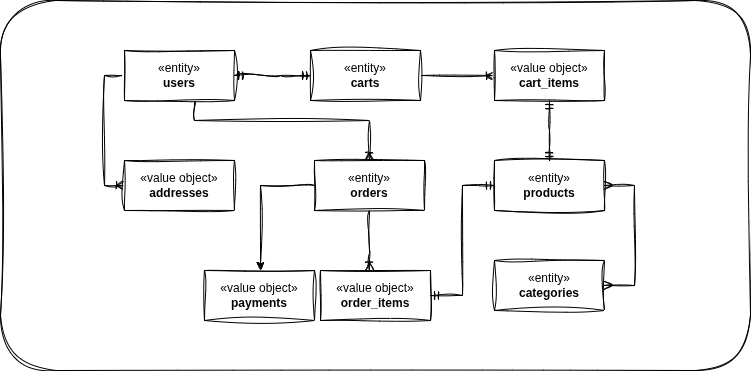
Earlier version of the draw.io export assets/entity-vo-anwser.drawio.png (ltt204/DDD-presnetation). Source tidied: cells renumbered, new cells last; positions are measured from the earlier drawing's top-left corner, leaving out a move shared by most shapes. Source of this version:
```xml
<mxGraphModel>
  <root>
    <mxCell id="0" />
    <mxCell id="1" parent="0" />
    <mxCell id="2" style="rounded=1;whiteSpace=wrap;html=1;sketch=1;curveFitting=1;jiggle=2;" parent="1" vertex="1">
      <mxGeometry width="750" height="370" as="geometry" />
    </mxCell>
    <mxCell id="3" style="edgeStyle=orthogonalEdgeStyle;rounded=0;jettySize=auto;html=1;endArrow=ERoneToMany;endFill=0;sketch=1;curveFitting=1;jiggle=2;" parent="1" edge="1" source="5" target="6">
      <mxGeometry relative="1" as="geometry">
        <Array as="points">
          <mxPoint x="104" y="75" />
          <mxPoint x="104" y="185" />
        </Array>
      </mxGeometry>
    </mxCell>
    <mxCell id="4" style="edgeStyle=orthogonalEdgeStyle;rounded=0;jettySize=auto;html=1;endArrow=ERoneToMany;endFill=0;sketch=1;curveFitting=1;jiggle=2;" parent="1" edge="1" source="5" target="9">
      <mxGeometry relative="1" as="geometry">
        <Array as="points">
          <mxPoint x="194" y="120" />
          <mxPoint x="369" y="120" />
        </Array>
      </mxGeometry>
    </mxCell>
    <mxCell id="5" value="«entity»&lt;br&gt;&lt;b&gt;users&lt;/b&gt;" style="html=1;whiteSpace=wrap;sketch=1;curveFitting=1;jiggle=2;" parent="1" vertex="1">
      <mxGeometry x="124" y="50" width="110" height="50" as="geometry" />
    </mxCell>
    <mxCell id="6" value="«value object»&lt;br&gt;&lt;b&gt;addresses&lt;/b&gt;" style="html=1;whiteSpace=wrap;sketch=1;curveFitting=1;jiggle=2;" parent="1" vertex="1">
      <mxGeometry x="124" y="160" width="110" height="50" as="geometry" />
    </mxCell>
    <mxCell id="7" style="edgeStyle=orthogonalEdgeStyle;rounded=0;jettySize=auto;html=1;endArrow=ERoneToMany;endFill=0;sketch=1;curveFitting=1;jiggle=2;" parent="1" edge="1" source="9" target="10">
      <mxGeometry relative="1" as="geometry">
        <Array as="points">
          <mxPoint x="369" y="250" />
          <mxPoint x="369" y="250" />
        </Array>
      </mxGeometry>
    </mxCell>
    <mxCell id="8" style="edgeStyle=orthogonalEdgeStyle;rounded=0;jettySize=auto;html=1;sketch=1;curveFitting=1;jiggle=2;" parent="1" edge="1" source="9" target="16">
      <mxGeometry relative="1" as="geometry">
        <Array as="points">
          <mxPoint x="260" y="185" />
        </Array>
      </mxGeometry>
    </mxCell>
    <mxCell id="9" value="«entity»&lt;br&gt;&lt;b&gt;orders&lt;/b&gt;" style="html=1;whiteSpace=wrap;sketch=1;curveFitting=1;jiggle=2;" parent="1" vertex="1">
      <mxGeometry x="314" y="160" width="110" height="50" as="geometry" />
    </mxCell>
    <mxCell id="10" value="«value object»&lt;br&gt;&lt;b&gt;order_items&lt;/b&gt;" style="html=1;whiteSpace=wrap;sketch=1;curveFitting=1;jiggle=2;" parent="1" vertex="1">
      <mxGeometry x="320" y="270" width="110" height="50" as="geometry" />
    </mxCell>
    <mxCell id="11" style="edgeStyle=orthogonalEdgeStyle;rounded=0;jettySize=auto;html=1;endArrow=ERoneToMany;endFill=0;sketch=1;curveFitting=1;jiggle=2;" parent="1" edge="1" source="12" target="13">
      <mxGeometry relative="1" as="geometry" />
    </mxCell>
    <mxCell id="12" value="«entity»&lt;br&gt;&lt;b&gt;carts&lt;/b&gt;" style="html=1;whiteSpace=wrap;sketch=1;curveFitting=1;jiggle=2;" parent="1" vertex="1">
      <mxGeometry x="310" y="50" width="110" height="50" as="geometry" />
    </mxCell>
    <mxCell id="13" value="«value object»&lt;br&gt;&lt;b&gt;cart&lt;/b&gt;&lt;b&gt;_items&lt;/b&gt;" style="html=1;whiteSpace=wrap;sketch=1;curveFitting=1;jiggle=2;" parent="1" vertex="1">
      <mxGeometry x="494" y="50" width="110" height="50" as="geometry" />
    </mxCell>
    <mxCell id="14" value="«entity»&lt;br&gt;&lt;b&gt;products&lt;/b&gt;" style="html=1;whiteSpace=wrap;sketch=1;curveFitting=1;jiggle=2;" parent="1" vertex="1">
      <mxGeometry x="494" y="160" width="110" height="50" as="geometry" />
    </mxCell>
    <mxCell id="15" value="«entity»&lt;br&gt;&lt;b&gt;categories&lt;/b&gt;" style="html=1;whiteSpace=wrap;sketch=1;curveFitting=1;jiggle=2;" parent="1" vertex="1">
      <mxGeometry x="494" y="260" width="110" height="50" as="geometry" />
    </mxCell>
    <mxCell id="16" value="«value object»&lt;br&gt;&lt;b&gt;payments&lt;/b&gt;" style="html=1;whiteSpace=wrap;sketch=1;curveFitting=1;jiggle=2;" parent="1" vertex="1">
      <mxGeometry x="204" y="270" width="110" height="50" as="geometry" />
    </mxCell>
    <mxCell id="17" style="edgeStyle=entityRelationEdgeStyle;fontSize=12;html=1;endArrow=ERmany;startArrow=ERmany;rounded=0;sketch=1;curveFitting=1;jiggle=2;" parent="1" edge="1" source="15" target="14">
      <mxGeometry relative="1" as="geometry" />
    </mxCell>
    <mxCell id="18" style="edgeStyle=entityRelationEdgeStyle;fontSize=12;html=1;endArrow=ERmandOne;startArrow=ERmandOne;rounded=0;sketch=1;curveFitting=1;jiggle=2;" parent="1" edge="1" source="5" target="12">
      <mxGeometry relative="1" as="geometry" />
    </mxCell>
    <mxCell id="19" style="edgeStyle=elbowEdgeStyle;fontSize=12;html=1;endArrow=ERmandOne;startArrow=ERmandOne;rounded=0;sketch=1;curveFitting=1;jiggle=2;" parent="1" edge="1" source="14" target="13">
      <mxGeometry relative="1" as="geometry">
        <Array as="points">
          <mxPoint x="549" y="130" />
        </Array>
      </mxGeometry>
    </mxCell>
    <mxCell id="20" style="edgeStyle=elbowEdgeStyle;fontSize=12;html=1;endArrow=ERmandOne;startArrow=ERmandOne;rounded=0;sketch=1;curveFitting=1;jiggle=2;" parent="1" edge="1" source="10" target="14">
      <mxGeometry relative="1" as="geometry" />
    </mxCell>
  </root>
</mxGraphModel>
```
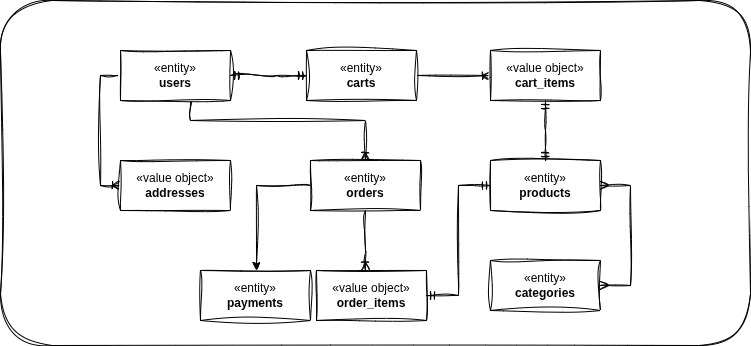
After the commit.

Change to the diagram source:
```diff
@@ -3,7 +3,7 @@
     <mxCell id="0" />
     <mxCell id="1" parent="0" />
     <mxCell id="2" style="rounded=1;whiteSpace=wrap;html=1;sketch=1;curveFitting=1;jiggle=2;" parent="1" vertex="1">
-      <mxGeometry width="750" height="370" as="geometry" />
+      <mxGeometry x="4" width="750" height="345" as="geometry" />
     </mxCell>
     <mxCell id="3" style="edgeStyle=orthogonalEdgeStyle;rounded=0;jettySize=auto;html=1;endArrow=ERoneToMany;endFill=0;sketch=1;curveFitting=1;jiggle=2;" parent="1" edge="1" source="5" target="6">
       <mxGeometry relative="1" as="geometry">
@@ -63,7 +63,7 @@
     <mxCell id="15" value="«entity»&lt;br&gt;&lt;b&gt;categories&lt;/b&gt;" style="html=1;whiteSpace=wrap;sketch=1;curveFitting=1;jiggle=2;" parent="1" vertex="1">
       <mxGeometry x="494" y="260" width="110" height="50" as="geometry" />
     </mxCell>
-    <mxCell id="16" value="«value object»&lt;br&gt;&lt;b&gt;payments&lt;/b&gt;" style="html=1;whiteSpace=wrap;sketch=1;curveFitting=1;jiggle=2;" parent="1" vertex="1">
+    <mxCell id="16" value="«entity»&lt;br&gt;&lt;b&gt;payments&lt;/b&gt;" style="html=1;whiteSpace=wrap;sketch=1;curveFitting=1;jiggle=2;" parent="1" vertex="1">
       <mxGeometry x="204" y="270" width="110" height="50" as="geometry" />
     </mxCell>
     <mxCell id="17" style="edgeStyle=entityRelationEdgeStyle;fontSize=12;html=1;endArrow=ERmany;startArrow=ERmany;rounded=0;sketch=1;curveFitting=1;jiggle=2;" parent="1" edge="1" source="15" target="14">
```
